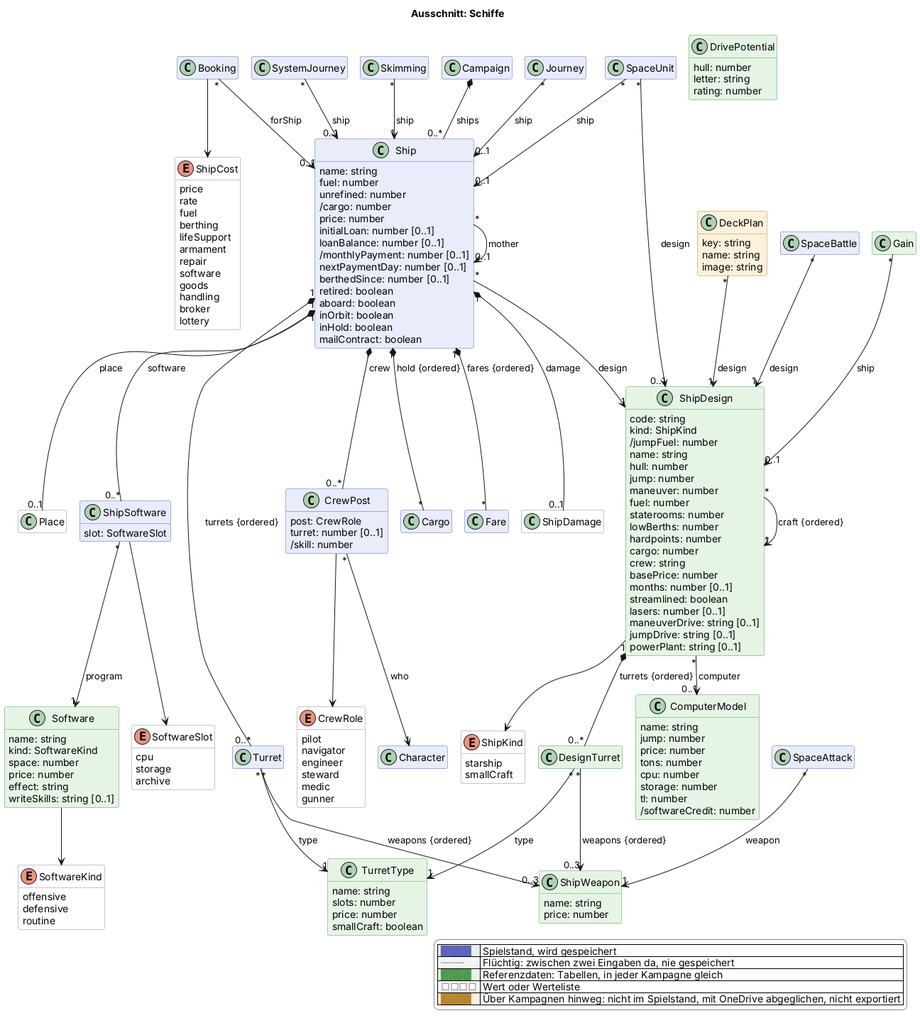
Above: docs/views/schiffe.png in scuzzar/SRE (PlantUML), before the change.
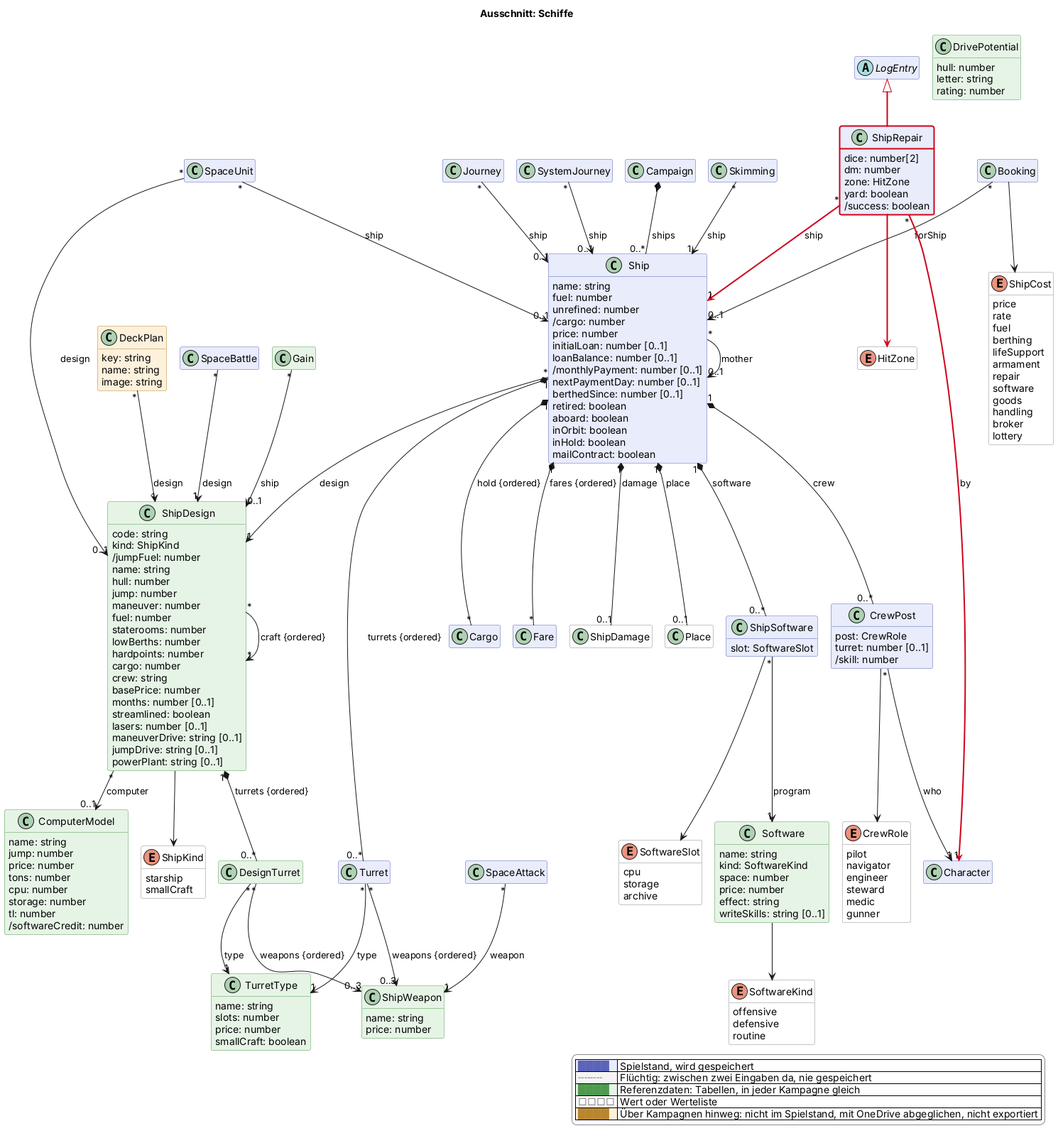
Later version of the same file.

Change to the diagram source:
```diff
@@ -204,13 +204,22 @@
 
   class Skimming $raum
   class ShipDamage <<value>> $raum
+  enum HitZone <<value>> $raum
   class SpaceBattle $raum
   class SpaceAttack $raum
   class SpaceUnit $raum
+  class ShipRepair $schiffe $newClass("2026-11-27d") {
+    dice: number[2]
+    dm: number
+    zone: HitZone
+    yard: boolean
+    /success: boolean
+  }
 
 
 
 
+  abstract class LogEntry $probe
 
   class Journey $reise
   class SystemJourney $reise
@@ -250,6 +259,10 @@
 Ship "1" *-- "0..1" ShipDamage : damage
 SpaceBattle "*" --> "1" ShipDesign : design
 SpaceAttack "*" --> "1" ShipWeapon : weapon
+LogEntry <|-$newArrow("2026-11-27d")- ShipRepair
+ShipRepair -$newArrow("2026-11-27d")-> HitZone
+ShipRepair "*" -$newArrow("2026-11-27d")-> "1" Ship : ship
+ShipRepair "*" -$newArrow("2026-11-27d")-> "1" Character : by
 Skimming "*" --> "1" Ship : ship
 Gain "*" --> "0..1" ShipDesign : ship
 DeckPlan "*" --> "1" ShipDesign : design
```
